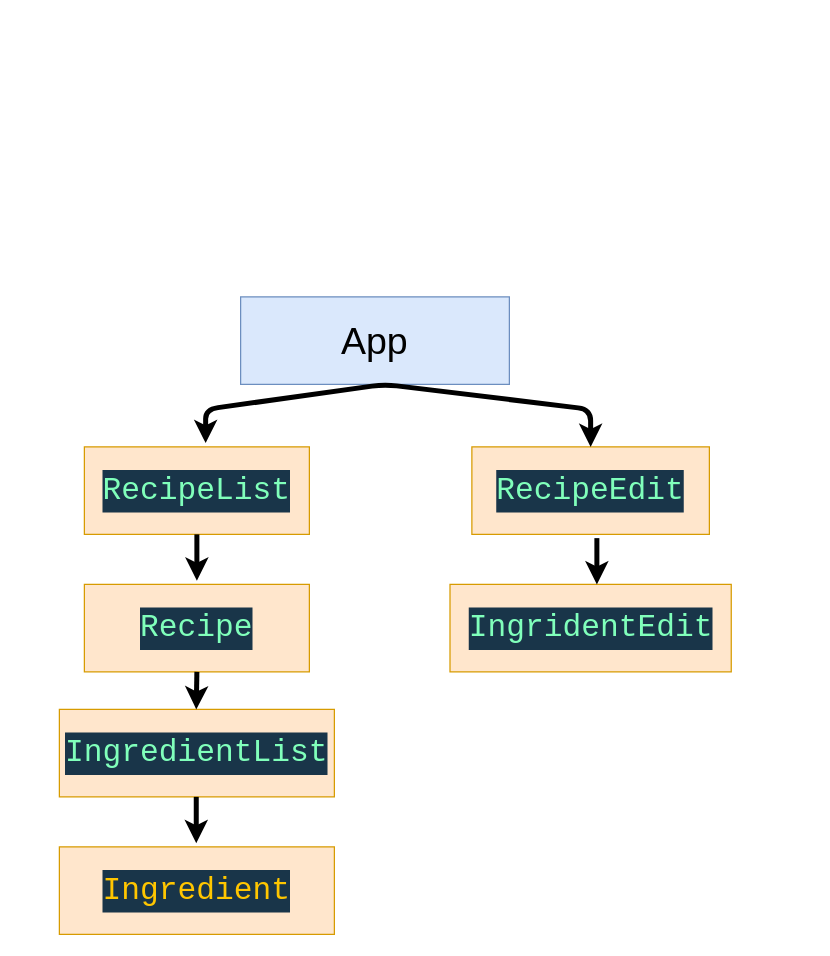
Above: recipe-app/ReactRefresh-RecipeApp.drawio in AbubakarShf/ReactRefresh (draw.io), before the change. Source tidied: cells renumbered, new cells numbered last; positions are measured from the earlier drawing's top-left corner, leaving out a move shared by most shapes. Both pictures are drawn from the tidied source at 125%, with x=0, y=0 at pixel (59, 296).
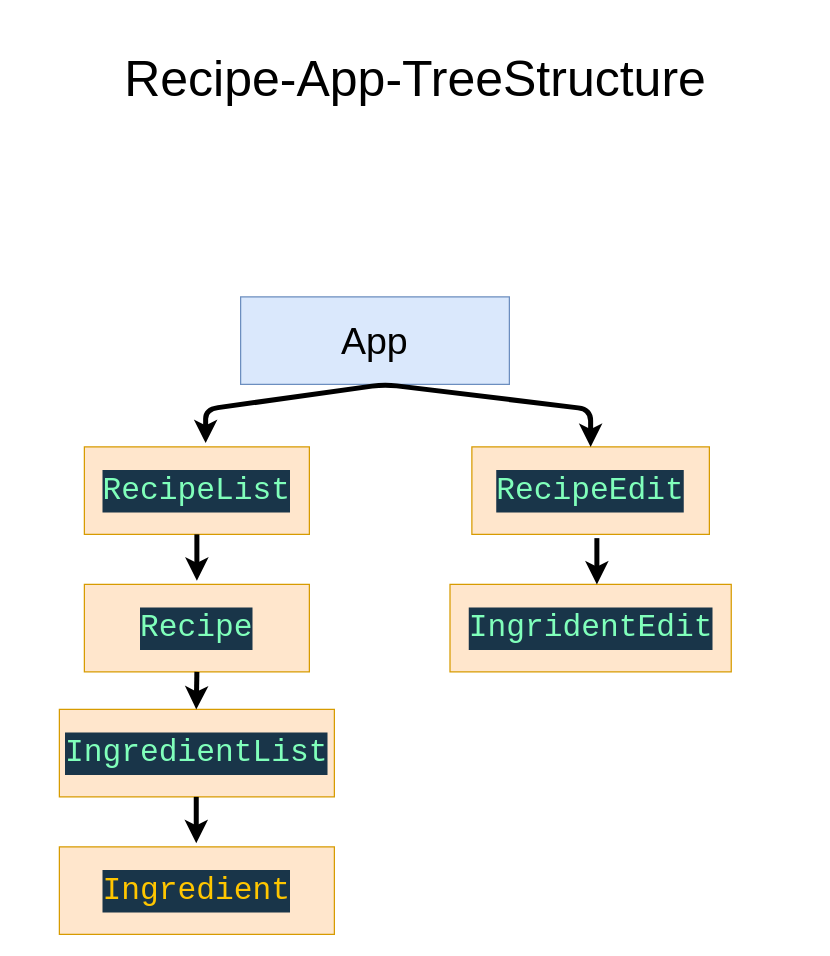
The same page after the edit.

Change to the diagram source:
```diff
@@
+    <mxCell id="14" value="&lt;font style=&quot;font-size: 40px&quot;&gt;Recipe-App-TreeStructure&lt;/font&gt;" style="text;html=1;strokeColor=none;fillColor=none;align=center;verticalAlign=middle;whiteSpace=wrap;rounded=0;" parent="1" vertex="1">
+      <mxGeometry x="-30" y="-220" width="630" height="90" as="geometry" />
+    </mxCell>
```
